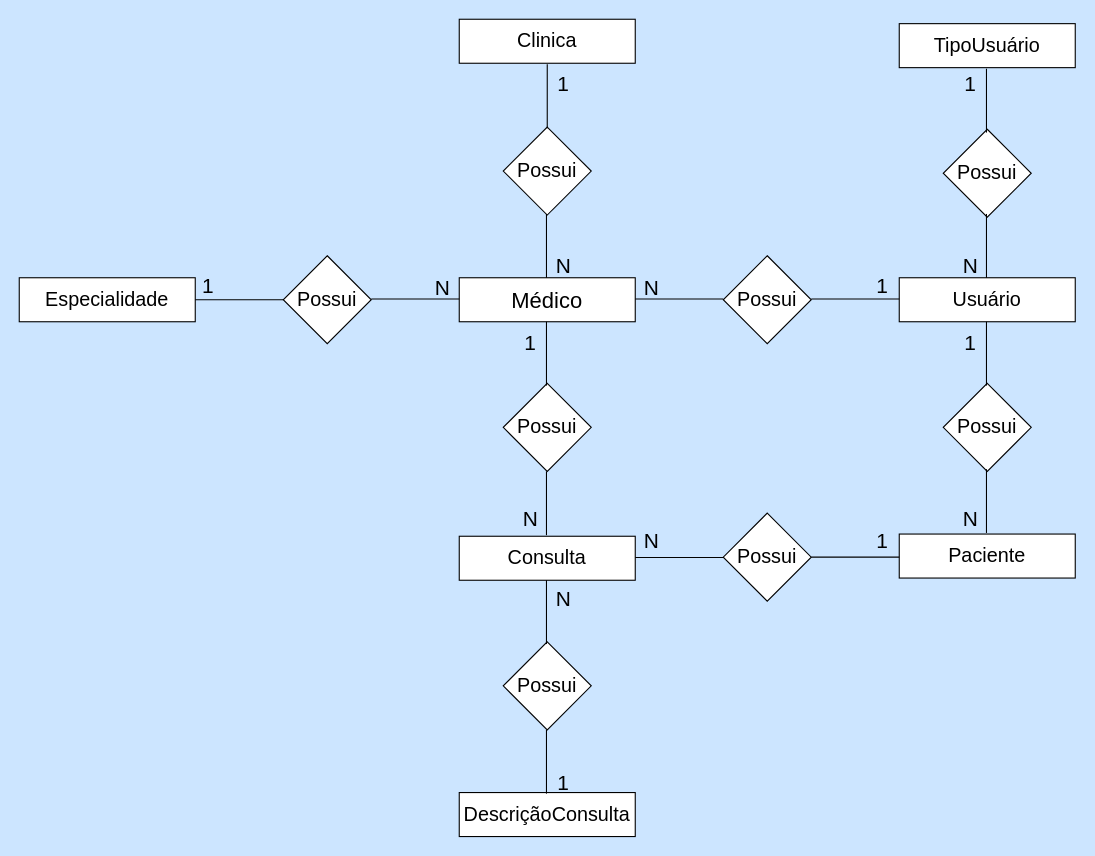
The draw.io diagram SP Medical Group/Modelagens/med_group_conceitual.drawio in KemillyFerreira/senai_sprint1-bd, before the edit. Source tidied: cells renumbered, new cells numbered last; positions are measured from the earlier drawing's top-left corner, leaving out a move shared by most shapes. Both pictures are drawn from the tidied source at 110%, with x=0, y=0 at pixel (19, 19).
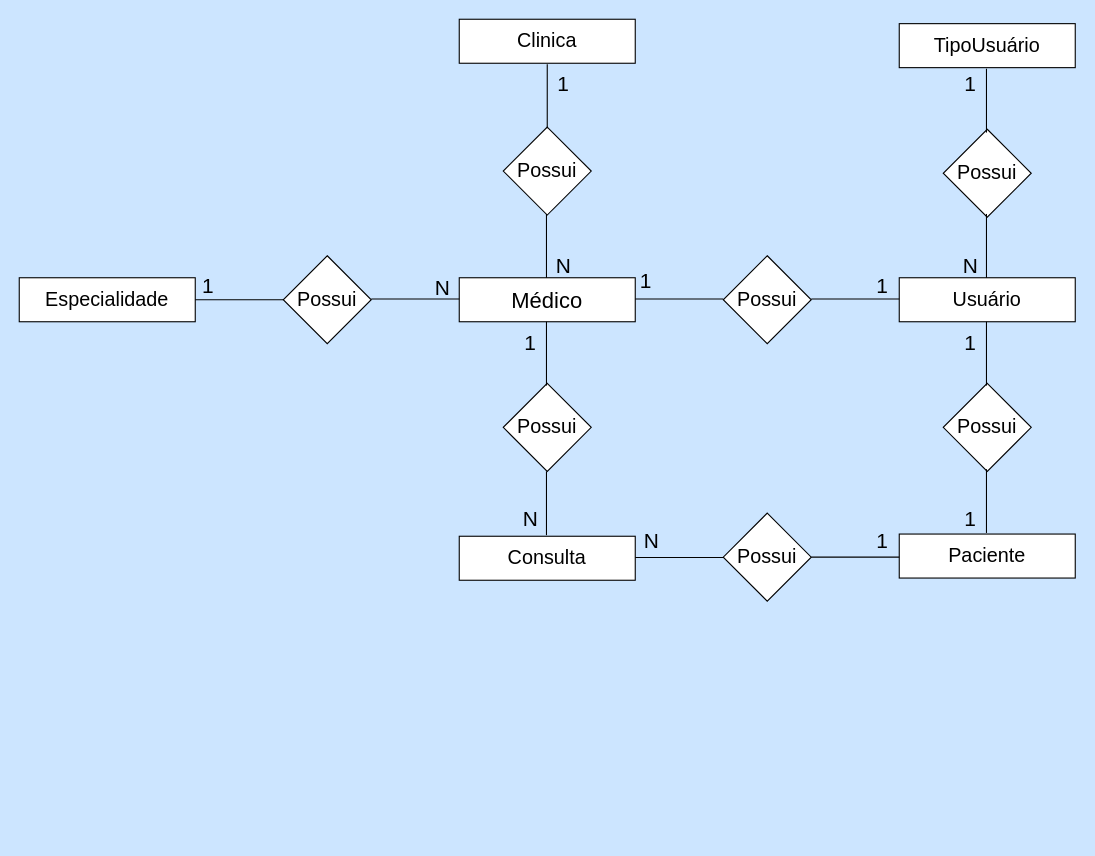
The same page after the edit.

The edit, as a diff of the source:
```diff
@@
-    <mxCell id="11" value="&lt;font style=&quot;font-size: 18px&quot;&gt;DescriçãoConsulta&lt;/font&gt;" style="rounded=0;whiteSpace=wrap;html=1;" parent="1" vertex="1">
-      <mxGeometry x="400" y="703" width="160" height="40" as="geometry" />
-    </mxCell>
-    <mxCell id="12" value="&lt;font style=&quot;font-size: 18px&quot;&gt;Possui&lt;/font&gt;" style="rhombus;whiteSpace=wrap;html=1;" parent="1" vertex="1">
-      <mxGeometry x="440" y="566" width="80" height="80" as="geometry" />
-    </mxCell>
@@
-    <mxCell id="25" style="endArrow=none;html=1;entryX=0.5;entryY=1;entryDx=0;entryDy=0;" parent="1" edge="1">
-      <mxGeometry relative="1" as="geometry">
-        <mxPoint x="479.3" y="568" as="sourcePoint" />
-        <mxPoint x="479.3" y="510" as="targetPoint" />
-      </mxGeometry>
-    </mxCell>
-    <mxCell id="26" style="endArrow=none;html=1;entryX=0.5;entryY=1;entryDx=0;entryDy=0;" parent="1" edge="1">
-      <mxGeometry relative="1" as="geometry">
-        <mxPoint x="479.3" y="704" as="sourcePoint" />
-        <mxPoint x="479.3" y="646" as="targetPoint" />
-      </mxGeometry>
-    </mxCell>
@@
-    <mxCell id="36" value="&lt;font style=&quot;font-size: 19px&quot;&gt;N&lt;/font&gt;" style="text;html=1;strokeColor=none;fillColor=none;align=center;verticalAlign=middle;whiteSpace=wrap;rounded=0;" parent="1" vertex="1">
-      <mxGeometry x="540" y="225" width="70" height="40" as="geometry" />
-    </mxCell>
@@
-    <mxCell id="43" value="&lt;font style=&quot;font-size: 19px&quot;&gt;N&lt;/font&gt;" style="text;html=1;strokeColor=none;fillColor=none;align=center;verticalAlign=middle;whiteSpace=wrap;rounded=0;" parent="1" vertex="1">
+    <mxCell id="43" value="&lt;font style=&quot;font-size: 19px&quot;&gt;1&lt;/font&gt;" style="text;html=1;strokeColor=none;fillColor=none;align=center;verticalAlign=middle;whiteSpace=wrap;rounded=0;" parent="1" vertex="1">
       <mxGeometry x="830" y="435" width="70" height="40" as="geometry" />
     </mxCell>
@@
-    <mxCell id="48" value="&lt;font style=&quot;font-size: 19px&quot;&gt;N&lt;/font&gt;" style="text;html=1;strokeColor=none;fillColor=none;align=center;verticalAlign=middle;whiteSpace=wrap;rounded=0;" parent="1" vertex="1">
-      <mxGeometry x="460" y="508" width="70" height="40" as="geometry" />
-    </mxCell>
     <mxCell id="49" value="&lt;font style=&quot;font-size: 19px&quot;&gt;1&lt;/font&gt;" style="text;html=1;strokeColor=none;fillColor=none;align=center;verticalAlign=middle;whiteSpace=wrap;rounded=0;" parent="1" vertex="1">
-      <mxGeometry x="460" y="675" width="70" height="40" as="geometry" />
+      <mxGeometry x="535" y="219" width="70" height="40" as="geometry" />
     </mxCell>
```
